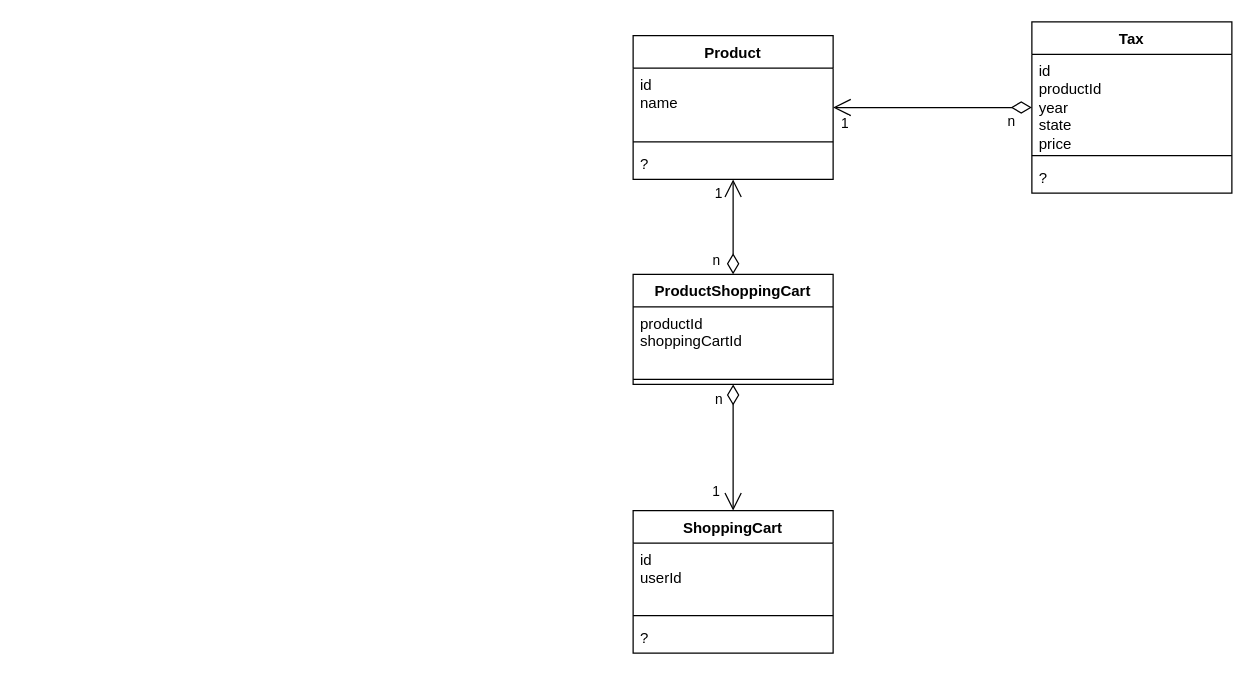
codegik/pocs keeps this draw.io diagram as architecture/tax-system/class-diagram.drawio. Above is the earlier version. Source tidied: cells renumbered, new cells numbered last; positions are measured from the earlier drawing's top-left corner, leaving out a move shared by most shapes. Both pictures are drawn from the tidied source at 125%, with x=0, y=0 at pixel (632, 21).
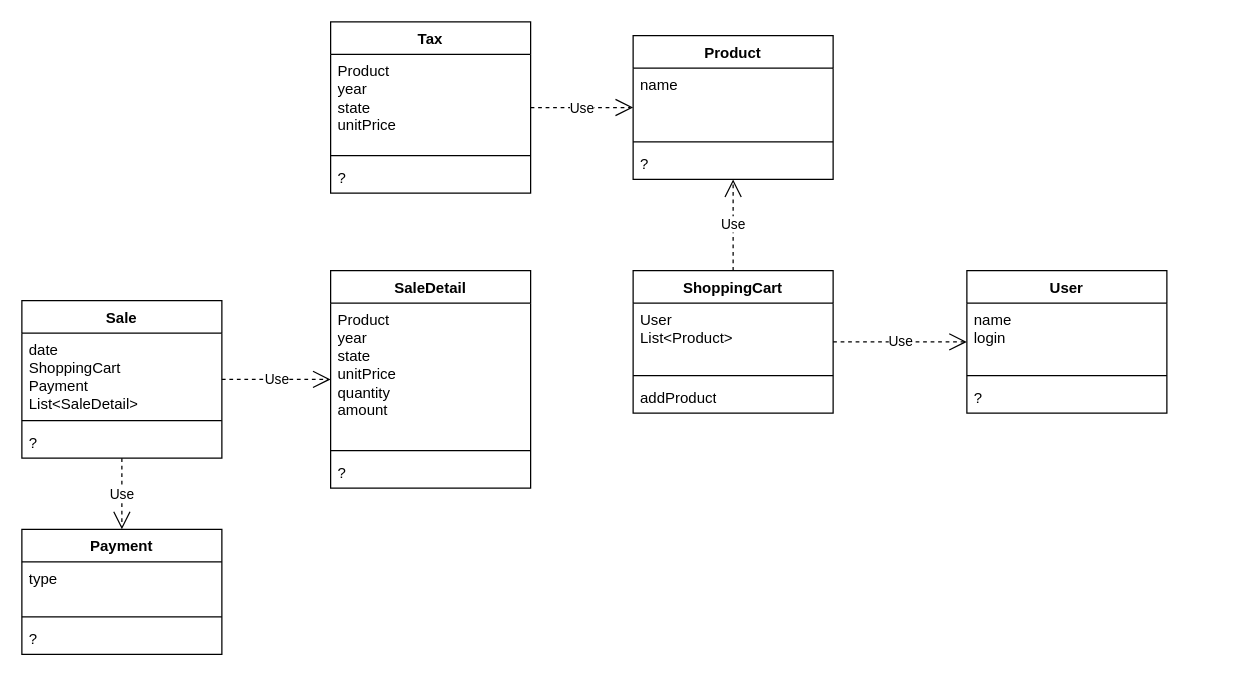
Above is the later version.

The change refers to these unchanged cells:
```xml
<mxCell id="2" value="Product" style="swimlane;fontStyle=1;align=center;verticalAlign=top;horizontal=1;startSize=26;whiteSpace=wrap;html=1;" parent="1" vertex="1">
  <mxGeometry y="11" width="160" height="115" as="geometry" />
</mxCell>
```

Change to the diagram source:
```diff
@@
-    <mxCell id="3" value="&lt;div&gt;id&lt;/div&gt;&lt;div&gt;name&lt;br&gt;&lt;/div&gt;" style="text;strokeColor=none;fillColor=none;align=left;verticalAlign=top;spacingLeft=4;spacingRight=4;overflow=hidden;whiteSpace=wrap;html=1;" parent="2" vertex="1">
+    <mxCell id="3" value="&lt;div&gt;name&lt;/div&gt;" style="text;strokeColor=none;fillColor=none;align=left;verticalAlign=top;spacingLeft=4;spacingRight=4;overflow=hidden;whiteSpace=wrap;html=1;" parent="2" vertex="1">
       <mxGeometry y="26" width="160" height="55" as="geometry" />
     </mxCell>
@@
     <mxCell id="6" value="Tax" style="swimlane;fontStyle=1;align=center;verticalAlign=top;horizontal=1;startSize=26;whiteSpace=wrap;html=1;" parent="1" vertex="1">
-      <mxGeometry x="319" width="160" height="137" as="geometry" />
+      <mxGeometry x="-242" width="160" height="137" as="geometry" />
     </mxCell>
-    <mxCell id="7" value="&lt;div&gt;id&lt;br&gt;&lt;/div&gt;&lt;div&gt;productId&lt;/div&gt;&lt;div&gt;year&lt;/div&gt;&lt;div&gt;state&lt;br&gt;&lt;/div&gt;&lt;div&gt;price&lt;br&gt;&lt;/div&gt;" style="text;strokeColor=none;fillColor=none;align=left;verticalAlign=top;spacingLeft=4;spacingRight=4;overflow=hidden;whiteSpace=wrap;html=1;" parent="6" vertex="1">
+    <mxCell id="7" value="&lt;div&gt;Product&lt;/div&gt;&lt;div&gt;year&lt;/div&gt;&lt;div&gt;state&lt;br&gt;&lt;/div&gt;&lt;div&gt;unitPrice&lt;br&gt;&lt;/div&gt;" style="text;strokeColor=none;fillColor=none;align=left;verticalAlign=top;spacingLeft=4;spacingRight=4;overflow=hidden;whiteSpace=wrap;html=1;" parent="6" vertex="1">
       <mxGeometry y="26" width="160" height="77" as="geometry" />
     </mxCell>
@@
-    <mxCell id="10" style="endArrow=open;html=1;endSize=12;startArrow=diamondThin;startSize=14;startFill=0;edgeStyle=orthogonalEdgeStyle;rounded=0;" parent="1" edge="1" source="6" target="2">
-      <mxGeometry relative="1" as="geometry" />
-    </mxCell>
-    <mxCell id="11" value="n" style="edgeLabel;html=1;align=left;verticalAlign=top;" parent="10" vertex="1">
-      <mxGeometry x="-1" relative="1" as="geometry">
-        <mxPoint x="-21" y="-2" as="offset" />
-      </mxGeometry>
-    </mxCell>
-    <mxCell id="12" value="1" style="edgeLabel;html=1;align=right;verticalAlign=top;" parent="10" vertex="1">
-      <mxGeometry x="1" relative="1" as="geometry">
-        <mxPoint x="13" y="-1" as="offset" />
-      </mxGeometry>
-    </mxCell>
     <mxCell id="13" value="ShoppingCart" style="swimlane;fontStyle=1;align=center;verticalAlign=top;horizontal=1;startSize=26;whiteSpace=wrap;html=1;" parent="1" vertex="1">
-      <mxGeometry y="391" width="160" height="114" as="geometry" />
+      <mxGeometry y="199" width="160" height="114" as="geometry" />
     </mxCell>
-    <mxCell id="14" value="&lt;div&gt;id&lt;/div&gt;&lt;div&gt;userId&lt;/div&gt;" style="text;strokeColor=none;fillColor=none;align=left;verticalAlign=top;spacingLeft=4;spacingRight=4;overflow=hidden;whiteSpace=wrap;html=1;" parent="13" vertex="1">
+    <mxCell id="14" value="&lt;div&gt;User&lt;/div&gt;&lt;div&gt;List&amp;lt;Product&amp;gt;&lt;br&gt;&lt;/div&gt;" style="text;strokeColor=none;fillColor=none;align=left;verticalAlign=top;spacingLeft=4;spacingRight=4;overflow=hidden;whiteSpace=wrap;html=1;" parent="13" vertex="1">
       <mxGeometry y="26" width="160" height="54" as="geometry" />
     </mxCell>
@@
-    <mxCell id="16" value="?" style="text;strokeColor=none;fillColor=none;align=left;verticalAlign=top;spacingLeft=4;spacingRight=4;overflow=hidden;whiteSpace=wrap;html=1;" parent="13" vertex="1">
+    <mxCell id="16" value="addProduct" style="text;strokeColor=none;fillColor=none;align=left;verticalAlign=top;spacingLeft=4;spacingRight=4;overflow=hidden;whiteSpace=wrap;html=1;" parent="13" vertex="1">
       <mxGeometry y="88" width="160" height="26" as="geometry" />
     </mxCell>
-    <mxCell id="17" value="ProductShoppingCart" style="swimlane;fontStyle=1;align=center;verticalAlign=top;horizontal=1;startSize=26;whiteSpace=wrap;html=1;" parent="1" vertex="1">
-      <mxGeometry y="202" width="160" height="88" as="geometry" />
-    </mxCell>
-    <mxCell id="18" value="&lt;div&gt;productId&lt;/div&gt;&lt;div&gt;shoppingCartId&lt;/div&gt;" style="text;strokeColor=none;fillColor=none;align=left;verticalAlign=top;spacingLeft=4;spacingRight=4;overflow=hidden;whiteSpace=wrap;html=1;" parent="17" vertex="1">
-      <mxGeometry y="26" width="160" height="54" as="geometry" />
-    </mxCell>
+    <mxCell id="26" value="User" style="swimlane;fontStyle=1;align=center;verticalAlign=top;horizontal=1;startSize=26;whiteSpace=wrap;html=1;" parent="1" vertex="1">
+      <mxGeometry x="267" y="199" width="160" height="114" as="geometry" />
+    </mxCell>
+    <mxCell id="27" value="&lt;div&gt;name&lt;/div&gt;&lt;div&gt;login&lt;br&gt;&lt;/div&gt;" style="text;strokeColor=none;fillColor=none;align=left;verticalAlign=top;spacingLeft=4;spacingRight=4;overflow=hidden;whiteSpace=wrap;html=1;" parent="26" vertex="1">
+      <mxGeometry y="26" width="160" height="54" as="geometry" />
+    </mxCell>
-    <mxCell id="19" style="line;strokeWidth=1;fillColor=none;align=left;verticalAlign=middle;spacingTop=-1;spacingLeft=3;spacingRight=3;labelPosition=right;strokeColor=inherit;" parent="17" vertex="1">
+    <mxCell id="19" style="line;strokeWidth=1;fillColor=none;align=left;verticalAlign=middle;spacingTop=-1;spacingLeft=3;spacingRight=3;labelPosition=right;strokeColor=inherit;" parent="26" vertex="1">
       <mxGeometry y="80" width="160" height="8" as="geometry" />
     </mxCell>
-    <mxCell id="20" style="endArrow=open;html=1;endSize=12;startArrow=diamondThin;startSize=14;startFill=0;edgeStyle=orthogonalEdgeStyle;rounded=0;" parent="1" edge="1" source="17" target="2">
-      <mxGeometry relative="1" as="geometry" />
-    </mxCell>
-    <mxCell id="21" value="n" style="edgeLabel;html=1;align=left;verticalAlign=top;" parent="20" vertex="1">
-      <mxGeometry x="-1" relative="1" as="geometry">
-        <mxPoint x="-18" y="-24" as="offset" />
-      </mxGeometry>
-    </mxCell>
-    <mxCell id="22" value="1" style="edgeLabel;html=1;align=right;verticalAlign=top;" parent="20" vertex="1">
-      <mxGeometry x="1" relative="1" as="geometry">
-        <mxPoint x="-8" y="-2" as="offset" />
-      </mxGeometry>
-    </mxCell>
-    <mxCell id="23" style="endArrow=open;html=1;endSize=12;startArrow=diamondThin;startSize=14;startFill=0;edgeStyle=orthogonalEdgeStyle;rounded=0;" parent="1" edge="1" source="17" target="13">
-      <mxGeometry relative="1" as="geometry" />
-    </mxCell>
-    <mxCell id="24" value="n" style="edgeLabel;html=1;align=left;verticalAlign=top;" parent="23" vertex="1">
-      <mxGeometry x="-1" relative="1" as="geometry">
-        <mxPoint x="-16" y="-1" as="offset" />
-      </mxGeometry>
-    </mxCell>
-    <mxCell id="25" value="1" style="edgeLabel;html=1;align=right;verticalAlign=top;" parent="23" vertex="1">
-      <mxGeometry x="1" relative="1" as="geometry">
-        <mxPoint x="-10" y="-28" as="offset" />
-      </mxGeometry>
-    </mxCell>
+    <mxCell id="28" value="?" style="text;strokeColor=none;fillColor=none;align=left;verticalAlign=top;spacingLeft=4;spacingRight=4;overflow=hidden;whiteSpace=wrap;html=1;" parent="26" vertex="1">
+      <mxGeometry y="88" width="160" height="26" as="geometry" />
+    </mxCell>
+    <mxCell id="29" value="Sale" style="swimlane;fontStyle=1;align=center;verticalAlign=top;horizontal=1;startSize=26;whiteSpace=wrap;html=1;" parent="1" vertex="1">
+      <mxGeometry x="-489" y="223" width="160" height="126" as="geometry" />
+    </mxCell>
+    <mxCell id="30" value="date&lt;div&gt;ShoppingCart&lt;/div&gt;&lt;div&gt;Payment&lt;br&gt;&lt;/div&gt;&lt;div&gt;List&amp;lt;SaleDetail&amp;gt;&lt;br&gt;&lt;/div&gt;" style="text;strokeColor=none;fillColor=none;align=left;verticalAlign=top;spacingLeft=4;spacingRight=4;overflow=hidden;whiteSpace=wrap;html=1;" parent="29" vertex="1">
+      <mxGeometry y="26" width="160" height="66" as="geometry" />
+    </mxCell>
+    <mxCell id="31" style="line;strokeWidth=1;fillColor=none;align=left;verticalAlign=middle;spacingTop=-1;spacingLeft=3;spacingRight=3;labelPosition=right;strokeColor=inherit;" parent="29" vertex="1">
+      <mxGeometry y="92" width="160" height="8" as="geometry" />
+    </mxCell>
+    <mxCell id="32" value="?" style="text;strokeColor=none;fillColor=none;align=left;verticalAlign=top;spacingLeft=4;spacingRight=4;overflow=hidden;whiteSpace=wrap;html=1;" parent="29" vertex="1">
+      <mxGeometry y="100" width="160" height="26" as="geometry" />
+    </mxCell>
+    <mxCell id="33" value="SaleDetail" style="swimlane;fontStyle=1;align=center;verticalAlign=top;horizontal=1;startSize=26;whiteSpace=wrap;html=1;" parent="1" vertex="1">
+      <mxGeometry x="-242" y="199" width="160" height="174" as="geometry" />
+    </mxCell>
+    <mxCell id="34" value="&lt;div&gt;Product&lt;/div&gt;&lt;div&gt;year&lt;/div&gt;&lt;div&gt;state&lt;br&gt;&lt;/div&gt;&lt;div&gt;unitPrice&lt;br&gt;&lt;/div&gt;&lt;div&gt;quantity&lt;/div&gt;&lt;div&gt;amount&lt;br&gt;&lt;/div&gt;" style="text;strokeColor=none;fillColor=none;align=left;verticalAlign=top;spacingLeft=4;spacingRight=4;overflow=hidden;whiteSpace=wrap;html=1;" parent="33" vertex="1">
+      <mxGeometry y="26" width="160" height="114" as="geometry" />
+    </mxCell>
+    <mxCell id="35" style="line;strokeWidth=1;fillColor=none;align=left;verticalAlign=middle;spacingTop=-1;spacingLeft=3;spacingRight=3;labelPosition=right;strokeColor=inherit;" parent="33" vertex="1">
+      <mxGeometry y="140" width="160" height="8" as="geometry" />
+    </mxCell>
+    <mxCell id="36" value="?" style="text;strokeColor=none;fillColor=none;align=left;verticalAlign=top;spacingLeft=4;spacingRight=4;overflow=hidden;whiteSpace=wrap;html=1;" parent="33" vertex="1">
+      <mxGeometry y="148" width="160" height="26" as="geometry" />
+    </mxCell>
+    <mxCell id="37" value="Use" style="endArrow=open;endSize=12;dashed=1;html=1;rounded=0;" parent="1" edge="1" source="13" target="2">
+      <mxGeometry relative="1" as="geometry" />
+    </mxCell>
+    <mxCell id="38" value="Use" style="endArrow=open;endSize=12;dashed=1;html=1;rounded=0;" parent="1" edge="1" source="13" target="26">
+      <mxGeometry relative="1" as="geometry" />
+    </mxCell>
+    <mxCell id="39" value="Use" style="endArrow=open;endSize=12;dashed=1;html=1;rounded=0;" parent="1" edge="1" source="29" target="33">
+      <mxGeometry relative="1" as="geometry" />
+    </mxCell>
+    <mxCell id="10" value="Use" style="endArrow=open;endSize=12;dashed=1;html=1;rounded=0;" parent="1" edge="1" source="6" target="2">
+      <mxGeometry relative="1" as="geometry" />
+    </mxCell>
+    <mxCell id="40" value="Payment" style="swimlane;fontStyle=1;align=center;verticalAlign=top;horizontal=1;startSize=26;whiteSpace=wrap;html=1;" parent="1" vertex="1">
+      <mxGeometry x="-489" y="406" width="160" height="100" as="geometry" />
+    </mxCell>
+    <mxCell id="41" value="type" style="text;strokeColor=none;fillColor=none;align=left;verticalAlign=top;spacingLeft=4;spacingRight=4;overflow=hidden;whiteSpace=wrap;html=1;" parent="40" vertex="1">
+      <mxGeometry y="26" width="160" height="40" as="geometry" />
+    </mxCell>
+    <mxCell id="42" style="line;strokeWidth=1;fillColor=none;align=left;verticalAlign=middle;spacingTop=-1;spacingLeft=3;spacingRight=3;labelPosition=right;strokeColor=inherit;" parent="40" vertex="1">
+      <mxGeometry y="66" width="160" height="8" as="geometry" />
+    </mxCell>
+    <mxCell id="43" value="?" style="text;strokeColor=none;fillColor=none;align=left;verticalAlign=top;spacingLeft=4;spacingRight=4;overflow=hidden;whiteSpace=wrap;html=1;" parent="40" vertex="1">
+      <mxGeometry y="74" width="160" height="26" as="geometry" />
+    </mxCell>
+    <mxCell id="44" value="Use" style="endArrow=open;endSize=12;dashed=1;html=1;rounded=0;" parent="1" edge="1" source="29" target="40">
+      <mxGeometry relative="1" as="geometry" />
+    </mxCell>
```
